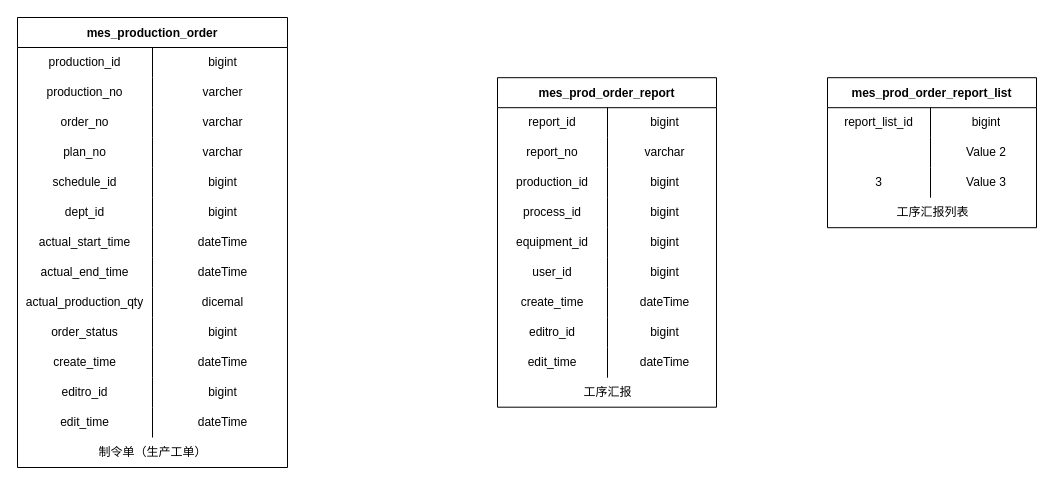
KNAI-I/test keeps this draw.io diagram as page "制令单管理" (1 of 5) of 数据表.drawio. Above is the earlier version. Source tidied: cells renumbered, new cells numbered last; positions are measured from the earlier drawing's top-left corner, leaving out a move shared by most shapes. Both pictures are drawn from the tidied source at 100%, with x=0, y=0 at pixel (17, 17).
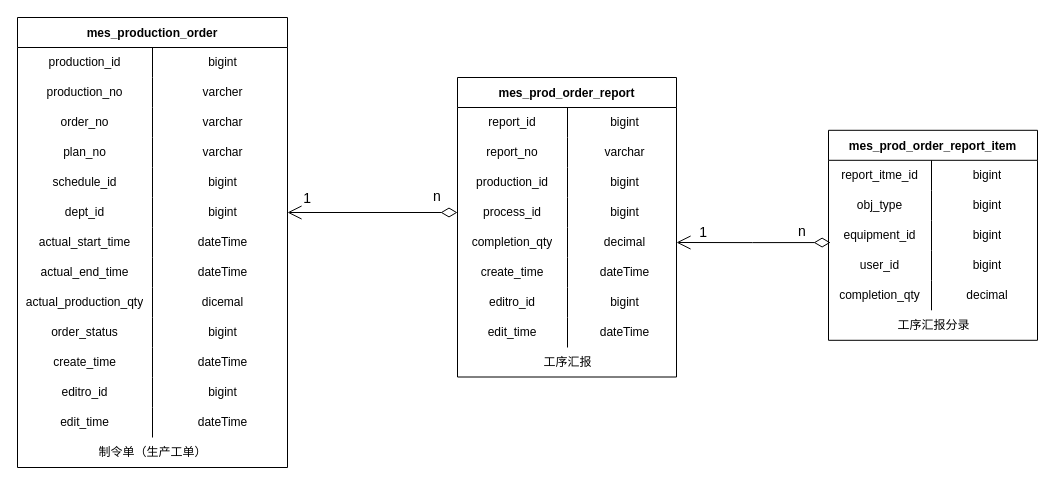
The same diagram, later.

Unchanged cells that the change refers to:
```xml
<mxCell id="18" style="shape=tableRow;horizontal=0;startSize=0;swimlaneHead=0;swimlaneBody=0;top=0;left=0;bottom=0;right=0;fillColor=none;points=[[0,0.5],[1,0.5]];portConstraint=eastwest;" parent="2" vertex="1">
  <mxGeometry y="180" width="270" height="30" as="geometry" />
</mxCell>
<mxCell id="52" style="shape=tableRow;horizontal=0;startSize=0;swimlaneHead=0;swimlaneBody=0;top=0;left=0;bottom=0;right=0;fillColor=none;points=[[0,0.5],[1,0.5]];portConstraint=eastwest;" parent="42" vertex="1">
  <mxGeometry y="120" width="219" height="30" as="geometry" />
</mxCell>
<mxCell id="55" style="shape=tableRow;horizontal=0;startSize=0;swimlaneHead=0;swimlaneBody=0;top=0;left=0;bottom=0;right=0;fillColor=none;points=[[0,0.5],[1,0.5]];portConstraint=eastwest;" parent="42" vertex="1">
  <mxGeometry y="150" width="219" height="30" as="geometry" />
</mxCell>
<mxCell id="73" style="shape=tableRow;horizontal=0;startSize=0;swimlaneHead=0;swimlaneBody=0;top=0;left=0;bottom=0;right=0;fillColor=none;" parent="72" vertex="1">
  <mxGeometry y="30" width="209" height="30" as="geometry" />
</mxCell>
```

Diff of the diagram source:
```diff
@@
     <mxCell id="42" value="mes_prod_order_report" style="shape=table;startSize=30;childLayout=tableLayout;rowLines=0;fontStyle=1;" parent="1" vertex="1">
-      <mxGeometry x="480" y="60.2" width="219" height="329.5" as="geometry" />
+      <mxGeometry x="440" y="60" width="219" height="299.5" as="geometry" />
     </mxCell>
@@
-    <mxCell id="56" value="equipment_id" style="shape=partialRectangle;html=1;whiteSpace=wrap;fillColor=none;top=0;left=0;bottom=0;right=0;overflow=hidden;" parent="55" vertex="1">
-      <mxGeometry width="110" height="30" as="geometry" />
-    </mxCell>
-    <mxCell id="57" value="bigint" style="shape=partialRectangle;html=1;whiteSpace=wrap;fillColor=none;top=0;left=0;bottom=0;right=0;align=center;spacingLeft=6;overflow=hidden;" parent="55" vertex="1">
-      <mxGeometry x="110" width="109" height="30" as="geometry" />
-    </mxCell>
-    <mxCell id="58" style="shape=tableRow;horizontal=0;startSize=0;swimlaneHead=0;swimlaneBody=0;top=0;left=0;bottom=0;right=0;fillColor=none;" parent="42" vertex="1">
-      <mxGeometry y="180" width="219" height="30" as="geometry" />
-    </mxCell>
-    <mxCell id="59" value="user_id" style="shape=partialRectangle;html=1;whiteSpace=wrap;fillColor=none;top=0;left=0;bottom=0;right=0;overflow=hidden;" parent="58" vertex="1">
-      <mxGeometry width="110" height="30" as="geometry" />
-    </mxCell>
-    <mxCell id="60" value="bigint" style="shape=partialRectangle;html=1;whiteSpace=wrap;fillColor=none;top=0;left=0;bottom=0;right=0;align=center;spacingLeft=6;overflow=hidden;" parent="58" vertex="1">
-      <mxGeometry x="110" width="109" height="30" as="geometry" />
-    </mxCell>
+    <mxCell id="83" value="completion_qty" style="shape=partialRectangle;html=1;whiteSpace=wrap;fillColor=none;top=0;left=0;bottom=0;right=0;overflow=hidden;" parent="55" vertex="1">
+      <mxGeometry width="110" height="30" as="geometry" />
+    </mxCell>
+    <mxCell id="84" value="decimal" style="shape=partialRectangle;html=1;whiteSpace=wrap;fillColor=none;top=0;left=0;bottom=0;right=0;align=center;spacingLeft=6;overflow=hidden;" parent="55" vertex="1">
+      <mxGeometry x="110" width="109" height="30" as="geometry" />
+    </mxCell>
     <mxCell id="61" style="shape=tableRow;horizontal=0;startSize=0;swimlaneHead=0;swimlaneBody=0;top=0;left=0;bottom=0;right=0;fillColor=none;" parent="42" vertex="1">
-      <mxGeometry y="210" width="219" height="30" as="geometry" />
+      <mxGeometry y="180" width="219" height="30" as="geometry" />
     </mxCell>
@@
     <mxCell id="64" style="shape=tableRow;horizontal=0;startSize=0;swimlaneHead=0;swimlaneBody=0;top=0;left=0;bottom=0;right=0;fillColor=none;" parent="42" vertex="1">
-      <mxGeometry y="240" width="219" height="30" as="geometry" />
+      <mxGeometry y="210" width="219" height="30" as="geometry" />
     </mxCell>
@@
     <mxCell id="67" style="shape=tableRow;horizontal=0;startSize=0;swimlaneHead=0;swimlaneBody=0;top=0;left=0;bottom=0;right=0;fillColor=none;" parent="42" vertex="1">
-      <mxGeometry y="270" width="219" height="30" as="geometry" />
+      <mxGeometry y="240" width="219" height="30" as="geometry" />
     </mxCell>
@@
     <mxCell id="71" value="工序汇报" style="text;html=1;align=center;verticalAlign=middle;strokeColor=none;fillColor=none;" parent="1" vertex="1">
-      <mxGeometry x="554.5" y="359.8" width="70" height="30" as="geometry" />
+      <mxGeometry x="514.5" y="329.5" width="70" height="30" as="geometry" />
     </mxCell>
-    <mxCell id="72" value="mes_prod_order_report_list" style="shape=table;startSize=30;childLayout=tableLayout;rowLines=0;fontStyle=1;" parent="1" vertex="1">
-      <mxGeometry x="810" y="60.2" width="209" height="150" as="geometry" />
+    <mxCell id="72" value="mes_prod_order_report_item" style="shape=table;startSize=30;childLayout=tableLayout;rowLines=0;fontStyle=1;" parent="1" vertex="1">
+      <mxGeometry x="811" y="112.8" width="209" height="210" as="geometry" />
     </mxCell>
@@
-    <mxCell id="74" value="report_list_id" style="shape=partialRectangle;html=1;whiteSpace=wrap;fillColor=none;top=0;left=0;bottom=0;right=0;overflow=hidden;" parent="73" vertex="1">
+    <mxCell id="74" value="report_itme_id" style="shape=partialRectangle;html=1;whiteSpace=wrap;fillColor=none;top=0;left=0;bottom=0;right=0;overflow=hidden;" parent="73" vertex="1">
       <mxGeometry width="103" height="30" as="geometry" />
     </mxCell>
@@
+    <mxCell id="79" style="shape=tableRow;horizontal=0;startSize=0;swimlaneHead=0;swimlaneBody=0;top=0;left=0;bottom=0;right=0;fillColor=none;" parent="72" vertex="1">
+      <mxGeometry y="60" width="209" height="30" as="geometry" />
+    </mxCell>
+    <mxCell id="80" value="obj_type" style="shape=partialRectangle;html=1;whiteSpace=wrap;fillColor=none;top=0;left=0;bottom=0;right=0;overflow=hidden;" parent="79" vertex="1">
+      <mxGeometry width="103" height="30" as="geometry" />
+    </mxCell>
+    <mxCell id="81" value="bigint" style="shape=partialRectangle;html=1;whiteSpace=wrap;fillColor=none;top=0;left=0;bottom=0;right=0;align=center;spacingLeft=6;overflow=hidden;" parent="79" vertex="1">
+      <mxGeometry x="103" width="106" height="30" as="geometry" />
+    </mxCell>
     <mxCell id="76" style="shape=tableRow;horizontal=0;startSize=0;swimlaneHead=0;swimlaneBody=0;top=0;left=0;bottom=0;right=0;fillColor=none;points=[[0,0.5],[1,0.5]];portConstraint=eastwest;" parent="72" vertex="1">
-      <mxGeometry y="60" width="209" height="30" as="geometry" />
+      <mxGeometry y="90" width="209" height="30" as="geometry" />
     </mxCell>
-    <mxCell id="77" style="shape=partialRectangle;html=1;whiteSpace=wrap;fillColor=none;top=0;left=0;bottom=0;right=0;overflow=hidden;" parent="76" vertex="1">
+    <mxCell id="77" value="equipment_id" style="shape=partialRectangle;html=1;whiteSpace=wrap;fillColor=none;top=0;left=0;bottom=0;right=0;overflow=hidden;" parent="76" vertex="1">
       <mxGeometry width="103" height="30" as="geometry" />
     </mxCell>
-    <mxCell id="78" value="Value 2" style="shape=partialRectangle;html=1;whiteSpace=wrap;fillColor=none;top=0;left=0;bottom=0;right=0;align=center;spacingLeft=6;overflow=hidden;" parent="76" vertex="1">
+    <mxCell id="78" value="bigint" style="shape=partialRectangle;html=1;whiteSpace=wrap;fillColor=none;top=0;left=0;bottom=0;right=0;align=center;spacingLeft=6;overflow=hidden;" parent="76" vertex="1">
       <mxGeometry x="103" width="106" height="30" as="geometry" />
     </mxCell>
-    <mxCell id="79" style="shape=tableRow;horizontal=0;startSize=0;swimlaneHead=0;swimlaneBody=0;top=0;left=0;bottom=0;right=0;fillColor=none;" parent="72" vertex="1">
-      <mxGeometry y="90" width="209" height="30" as="geometry" />
-    </mxCell>
-    <mxCell id="80" value="3" style="shape=partialRectangle;html=1;whiteSpace=wrap;fillColor=none;top=0;left=0;bottom=0;right=0;overflow=hidden;" parent="79" vertex="1">
-      <mxGeometry width="103" height="30" as="geometry" />
-    </mxCell>
-    <mxCell id="81" value="Value 3" style="shape=partialRectangle;html=1;whiteSpace=wrap;fillColor=none;top=0;left=0;bottom=0;right=0;align=center;spacingLeft=6;overflow=hidden;" parent="79" vertex="1">
-      <mxGeometry x="103" width="106" height="30" as="geometry" />
-    </mxCell>
+    <mxCell id="85" style="shape=tableRow;horizontal=0;startSize=0;swimlaneHead=0;swimlaneBody=0;top=0;left=0;bottom=0;right=0;fillColor=none;" parent="72" vertex="1">
+      <mxGeometry y="120" width="209" height="30" as="geometry" />
+    </mxCell>
+    <mxCell id="59" value="user_id" style="shape=partialRectangle;html=1;whiteSpace=wrap;fillColor=none;top=0;left=0;bottom=0;right=0;overflow=hidden;" parent="85" vertex="1">
+      <mxGeometry width="103" height="30" as="geometry" />
+    </mxCell>
+    <mxCell id="86" value="bigint" style="shape=partialRectangle;html=1;whiteSpace=wrap;fillColor=none;top=0;left=0;bottom=0;right=0;align=center;spacingLeft=6;overflow=hidden;" parent="85" vertex="1">
+      <mxGeometry x="103" width="106" height="30" as="geometry" />
+    </mxCell>
+    <mxCell id="87" style="shape=tableRow;horizontal=0;startSize=0;swimlaneHead=0;swimlaneBody=0;top=0;left=0;bottom=0;right=0;fillColor=none;" parent="72" vertex="1">
+      <mxGeometry y="150" width="209" height="30" as="geometry" />
+    </mxCell>
+    <mxCell id="88" value="completion_qty" style="shape=partialRectangle;html=1;whiteSpace=wrap;fillColor=none;top=0;left=0;bottom=0;right=0;overflow=hidden;" parent="87" vertex="1">
+      <mxGeometry width="103" height="30" as="geometry" />
+    </mxCell>
+    <mxCell id="89" value="decimal" style="shape=partialRectangle;html=1;whiteSpace=wrap;fillColor=none;top=0;left=0;bottom=0;right=0;align=center;spacingLeft=6;overflow=hidden;" parent="87" vertex="1">
+      <mxGeometry x="103" width="106" height="30" as="geometry" />
+    </mxCell>
-    <mxCell id="82" value="工序汇报列表" style="text;html=1;align=center;verticalAlign=middle;strokeColor=none;fillColor=none;" parent="1" vertex="1">
-      <mxGeometry x="864.5" y="180.2" width="100" height="30" as="geometry" />
+    <mxCell id="82" value="工序汇报分录" style="text;html=1;align=center;verticalAlign=middle;strokeColor=none;fillColor=none;" parent="1" vertex="1">
+      <mxGeometry x="865.5" y="292.8" width="100" height="30" as="geometry" />
     </mxCell>
+    <mxCell id="90" style="endArrow=open;html=1;endSize=12;startArrow=diamondThin;startSize=14;startFill=0;edgeStyle=orthogonalEdgeStyle;rounded=0;exitX=0;exitY=0.5;exitDx=0;exitDy=0;entryX=1;entryY=0.5;entryDx=0;entryDy=0;" parent="1" edge="1" source="52" target="18">
+      <mxGeometry relative="1" as="geometry" />
+    </mxCell>
+    <mxCell id="91" value="&lt;font style=&quot;font-size: 14px;&quot;&gt;n&lt;/font&gt;" style="edgeLabel;html=1;align=left;verticalAlign=top;" parent="90" vertex="1">
+      <mxGeometry x="-1" relative="1" as="geometry">
+        <mxPoint x="-26" y="-31" as="offset" />
+      </mxGeometry>
+    </mxCell>
+    <mxCell id="92" value="&lt;font style=&quot;font-size: 14px;&quot;&gt;1&lt;/font&gt;" style="edgeLabel;html=1;align=right;verticalAlign=top;" parent="90" vertex="1">
+      <mxGeometry x="1" relative="1" as="geometry">
+        <mxPoint x="24" y="-29" as="offset" />
+      </mxGeometry>
+    </mxCell>
+    <mxCell id="93" style="endArrow=open;html=1;endSize=12;startArrow=diamondThin;startSize=14;startFill=0;edgeStyle=orthogonalEdgeStyle;rounded=0;fontSize=14;exitX=0.01;exitY=0.742;exitDx=0;exitDy=0;exitPerimeter=0;entryX=1;entryY=0.5;entryDx=0;entryDy=0;" parent="1" edge="1" source="76" target="55">
+      <mxGeometry relative="1" as="geometry" />
+    </mxCell>
+    <mxCell id="94" value="n" style="edgeLabel;html=1;align=left;verticalAlign=top;fontSize=14;" parent="93" vertex="1">
+      <mxGeometry x="-1" relative="1" as="geometry">
+        <mxPoint x="-34" y="-26" as="offset" />
+      </mxGeometry>
+    </mxCell>
+    <mxCell id="95" value="1" style="edgeLabel;html=1;align=right;verticalAlign=top;fontSize=14;" parent="93" vertex="1">
+      <mxGeometry x="1" relative="1" as="geometry">
+        <mxPoint x="31" y="-25" as="offset" />
+      </mxGeometry>
+    </mxCell>
```
